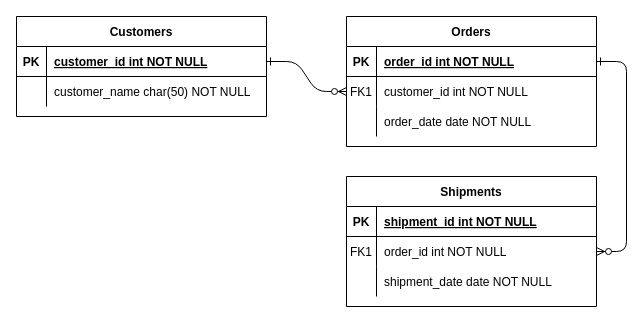
DarthRomolus/CarGarage keeps this draw.io diagram as PortManagment.drawio. Above is the earlier version. Source tidied: cells renumbered, new cells numbered last; positions are measured from the earlier drawing's top-left corner, leaving out a move shared by most shapes. Both pictures are drawn from the tidied source at 100%, with x=0, y=0 at pixel (16, 16).
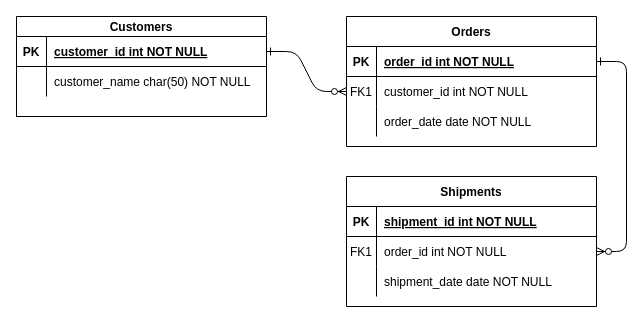
After the change.

What changed in the source:
```diff
@@
-    <mxCell id="24" value="Customers" style="shape=table;startSize=30;childLayout=tableLayout;rowLines=0;fontStyle=1;align=center;" parent="1" vertex="1">
+    <mxCell id="24" value="Customers" style="shape=table;startSize=20;childLayout=tableLayout;rowLines=0;fontStyle=1;align=center;" parent="1" vertex="1">
       <mxGeometry width="250" height="100" as="geometry" />
     </mxCell>
     <mxCell id="25" style="shape=partialRectangle;fillColor=none;points=[[0,0.5],[1,0.5]];portConstraint=eastwest;top=0;left=0;right=0;bottom=1;" parent="24" vertex="1">
-      <mxGeometry y="30" width="250" height="30" as="geometry" />
+      <mxGeometry y="20" width="250" height="30" as="geometry" />
     </mxCell>
@@
     <mxCell id="28" style="shape=partialRectangle;fillColor=none;top=0;left=0;right=0;bottom=0;" parent="24" vertex="1">
-      <mxGeometry y="60" width="250" height="30" as="geometry" />
+      <mxGeometry y="50" width="250" height="30" as="geometry" />
     </mxCell>
```
